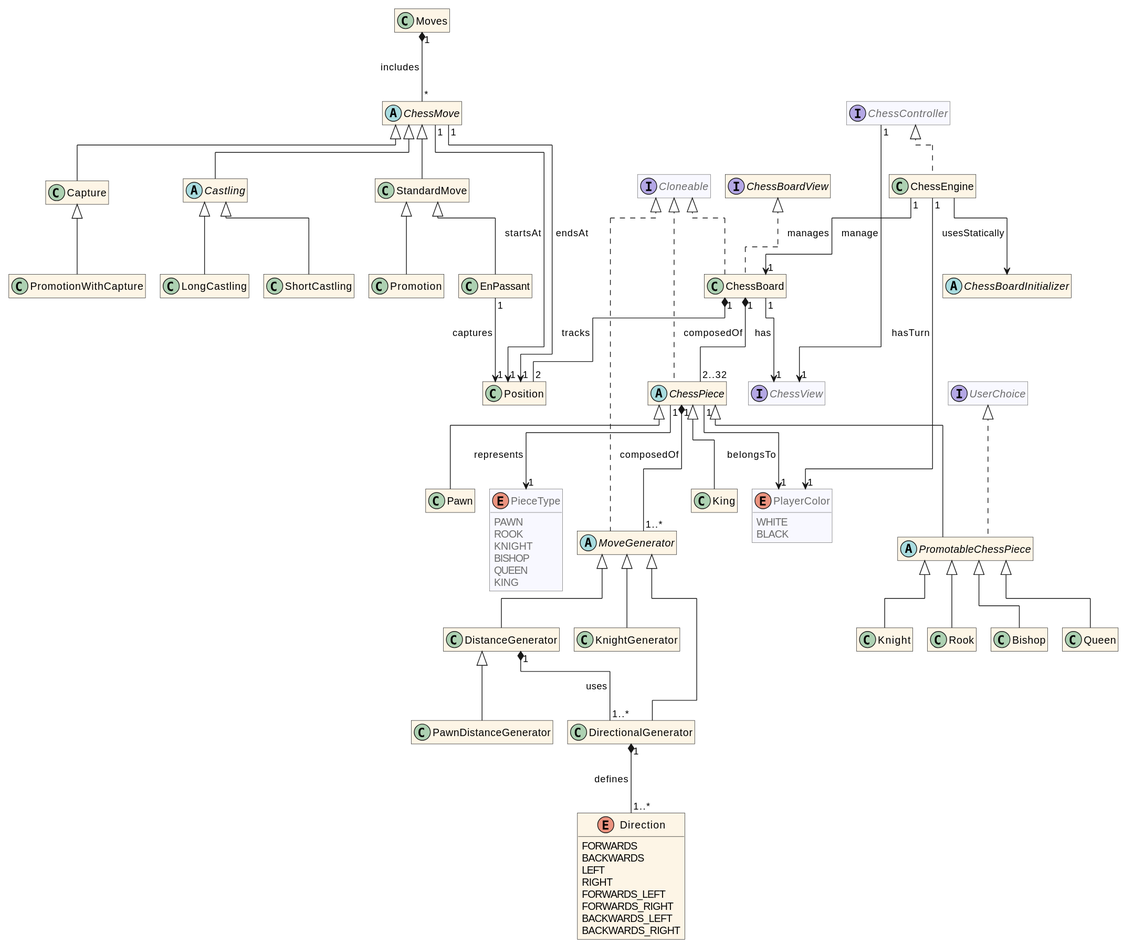
Above: docs/assets/uml-simple.svg in HEIG-VD-BA3-POO/labo08 (PlantUML), before the change.
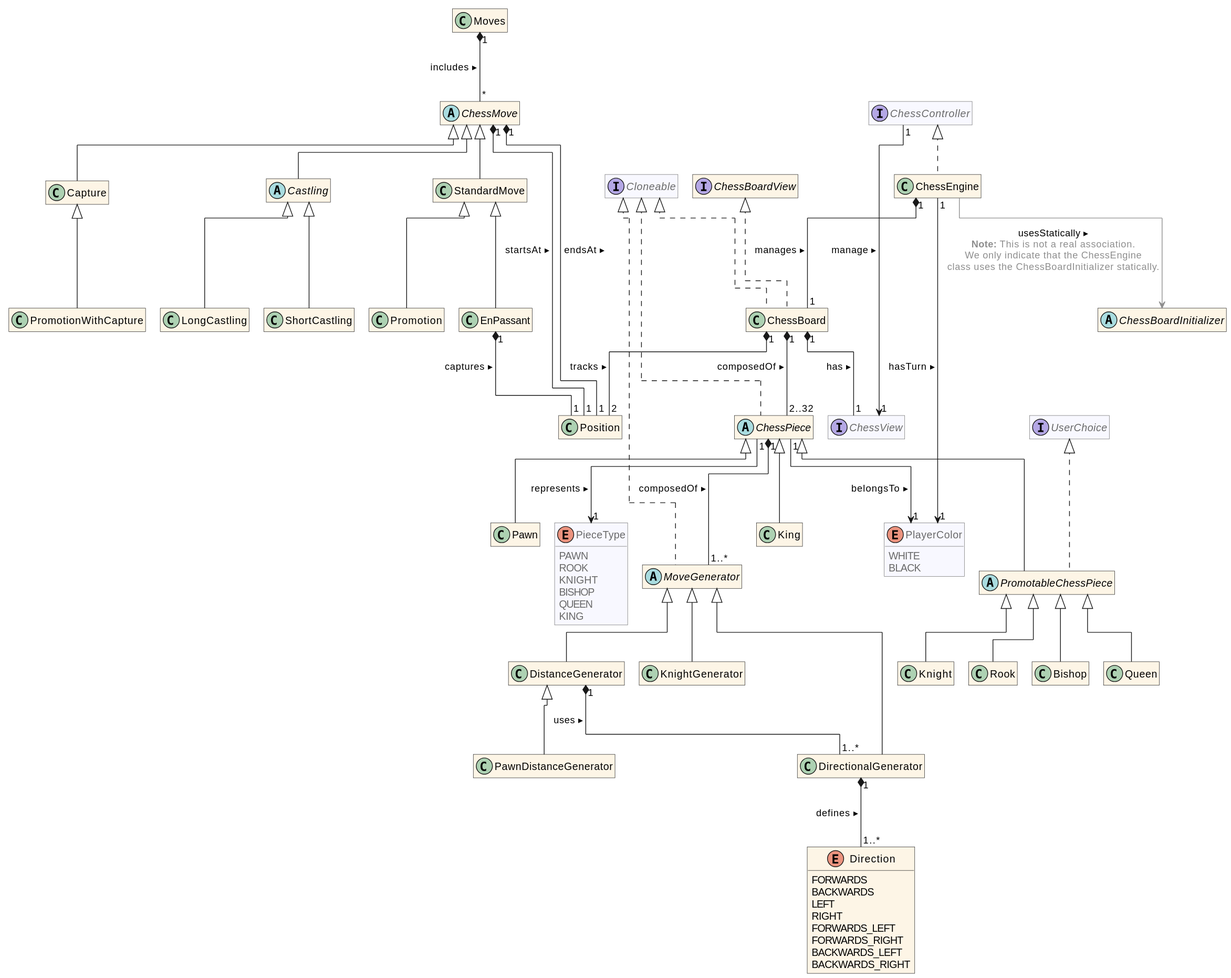
After the change.

The edit, as a diff of the source:
```diff
@@ -99,23 +99,23 @@
 class Promotion extends StandardMove {}
 class PromotionWithCapture extends Capture {}
 
-ChessController "1" --> "1" ChessView : manage >
+ChessController "1" --> "1" ChessView : manage ▸
 
-ChessEngine "1" --> "1" ChessBoard : manages >
-ChessEngine "1" --> "1" PlayerColor : hasTurn >
-ChessEngine --> ChessBoardInitializer : usesStatically >
-ChessBoard "1" --> "1" ChessView : has >
-ChessBoard "1" *-- "2..32" ChessPiece : composedOf
-ChessBoard "1" *-- "2" Position : tracks >
-ChessPiece "1" --> "1" PieceType : represents >
-ChessPiece "1" --> "1" PlayerColor : belongsTo >
-ChessPiece "1" *-- "1..*" MoveGenerator : composedOf >
+ChessEngine "1" *-- "1" ChessBoard : manages ▸
+ChessEngine "1" --> "1" PlayerColor : hasTurn ▸
+ChessEngine -[#8e8e8e]-> ChessBoardInitializer : usesStatically ▸\n<color #8e8e8e>**Note:** This is not a real association.\n<color #8e8e8e>We only indicate that the ChessEngine\n<color #8e8e8e>class uses the ChessBoardInitializer statically.
+ChessBoard "1" *-- "1" ChessView : has ▸
+ChessBoard "1" *-- "2..32" ChessPiece : composedOf ▸
+ChessBoard "1" *-- "2" Position : tracks ▸
+ChessPiece "1" --> "1" PieceType : represents ▸
+ChessPiece "1" --> "1" PlayerColor : belongsTo ▸
+ChessPiece "1" *-- "1..*" MoveGenerator : composedOf ▸
 
-DirectionalGenerator "1" *-- "1..*" Direction : defines >
-DistanceGenerator "1" *-- "1..*" DirectionalGenerator : uses >
+DirectionalGenerator "1" *-- "1..*" Direction : defines ▸
+DistanceGenerator "1" *-- "1..*" DirectionalGenerator : uses ▸
 
-ChessMove "1" --> "1" Position : startsAt >
-ChessMove "1" --> "1" Position : endsAt >
-Moves "1" *-- "*" ChessMove : includes >
-EnPassant "1" --> "1" Position : captures >
+ChessMove "1" *-- "1" Position : startsAt ▸
+ChessMove "1" *-- "1" Position : endsAt ▸
+Moves "1" *-- "*" ChessMove : includes ▸
+EnPassant "1" *-- "1" Position : captures ▸
 @enduml
```
